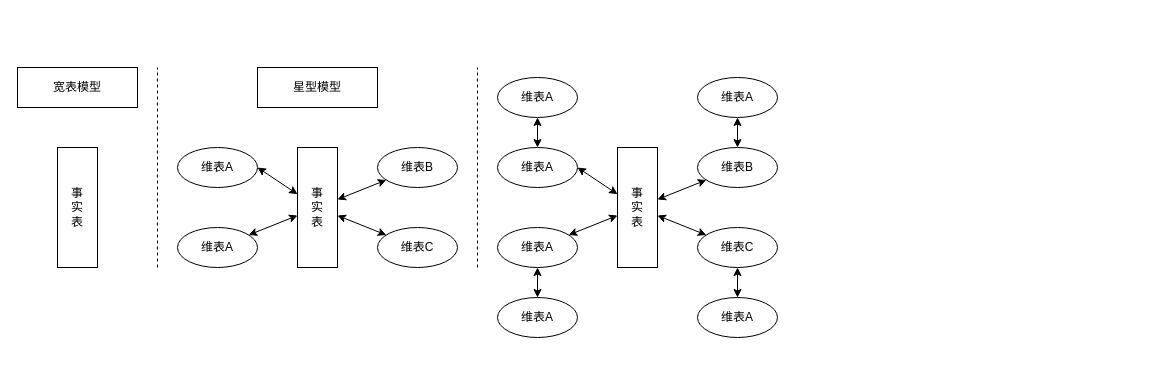
Earlier version of the draw.io diagram 未命名绘图.drawio (Viking-Bird/picture). Source tidied: cells renumbered, new cells numbered last; positions are measured from the earlier drawing's top-left corner, leaving out a move shared by most shapes. Both pictures are drawn from the tidied source at 100%, with x=0, y=0 at pixel (17, 67).
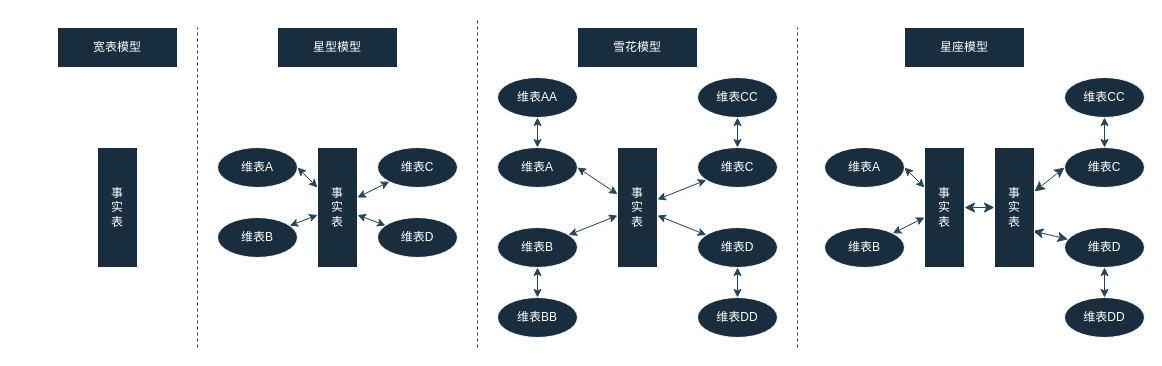
Above is the later version.

Commit message:
更新未命名绘图.drawio

The edit, as a diff of the source:
```diff
@@
-    <mxCell id="2" value="事&lt;br&gt;实&lt;br&gt;表" style="rounded=0;whiteSpace=wrap;html=1;" parent="1" vertex="1">
-      <mxGeometry x="40" y="80" width="40" height="120" as="geometry" />
+    <mxCell id="2" value="事&lt;br&gt;实&lt;br&gt;表" style="rounded=0;whiteSpace=wrap;html=1;fillColor=#182E3E;strokeColor=#FFFFFF;labelBackgroundColor=none;fontColor=#FFFFFF;" parent="1" vertex="1">
+      <mxGeometry x="80" y="80" width="40" height="120" as="geometry" />
     </mxCell>
-    <mxCell id="3" value="宽表模型" style="rounded=0;whiteSpace=wrap;html=1;" parent="1" vertex="1">
-      <mxGeometry width="120" height="40" as="geometry" />
+    <mxCell id="3" value="宽表模型" style="rounded=0;whiteSpace=wrap;html=1;fillColor=#182E3E;strokeColor=#FFFFFF;labelBackgroundColor=none;fontColor=#FFFFFF;" parent="1" vertex="1">
+      <mxGeometry x="40" y="-40" width="120" height="40" as="geometry" />
     </mxCell>
-    <mxCell id="4" style="endArrow=none;html=1;rounded=0;dashed=1;" parent="1" edge="1">
+    <mxCell id="4" style="endArrow=none;html=1;rounded=0;dashed=1;strokeColor=#23445D;labelBackgroundColor=none;fontColor=default;" parent="1" edge="1">
       <mxGeometry relative="1" as="geometry">
-        <mxPoint x="140" y="200" as="sourcePoint" />
-        <mxPoint x="140" as="targetPoint" />
+        <mxPoint x="180" y="280" as="sourcePoint" />
+        <mxPoint x="180" y="-40" as="targetPoint" />
       </mxGeometry>
     </mxCell>
-    <mxCell id="5" style="rounded=0;jettySize=auto;html=1;entryX=1;entryY=0.5;entryDx=0;entryDy=0;startArrow=classic;startFill=1;" parent="1" edge="1" source="7" target="8">
+    <mxCell id="5" style="rounded=0;jettySize=auto;html=1;entryX=1;entryY=0.5;entryDx=0;entryDy=0;startArrow=classic;startFill=1;strokeColor=#23445D;labelBackgroundColor=none;fontColor=default;" parent="1" edge="1" source="7" target="8">
       <mxGeometry relative="1" as="geometry" />
     </mxCell>
-    <mxCell id="6" style="rounded=0;jettySize=auto;html=1;startArrow=classic;startFill=1;" parent="1" edge="1" source="7" target="13">
+    <mxCell id="6" style="rounded=0;jettySize=auto;html=1;startArrow=classic;startFill=1;strokeColor=#23445D;labelBackgroundColor=none;fontColor=default;" parent="1" edge="1" source="7" target="13">
       <mxGeometry relative="1" as="geometry" />
     </mxCell>
-    <mxCell id="7" value="事&lt;br&gt;实&lt;br&gt;表" style="rounded=0;whiteSpace=wrap;html=1;" parent="1" vertex="1">
-      <mxGeometry x="280" y="80" width="40" height="120" as="geometry" />
+    <mxCell id="7" value="事&lt;br&gt;实&lt;br&gt;表" style="rounded=0;whiteSpace=wrap;html=1;fillColor=#182E3E;strokeColor=#FFFFFF;labelBackgroundColor=none;fontColor=#FFFFFF;" parent="1" vertex="1">
+      <mxGeometry x="300" y="80" width="40" height="120" as="geometry" />
     </mxCell>
-    <mxCell id="8" value="维表A" style="ellipse;whiteSpace=wrap;html=1;" parent="1" vertex="1">
-      <mxGeometry x="160" y="80" width="80" height="40" as="geometry" />
+    <mxCell id="8" value="维表A" style="ellipse;whiteSpace=wrap;html=1;fillColor=#182E3E;strokeColor=#FFFFFF;labelBackgroundColor=none;fontColor=#FFFFFF;" parent="1" vertex="1">
+      <mxGeometry x="200" y="80" width="80" height="40" as="geometry" />
     </mxCell>
-    <mxCell id="9" style="rounded=0;jettySize=auto;html=1;startArrow=classic;startFill=1;" parent="1" edge="1" source="10" target="7">
+    <mxCell id="9" style="rounded=0;jettySize=auto;html=1;startArrow=classic;startFill=1;strokeColor=#23445D;labelBackgroundColor=none;fontColor=default;" parent="1" edge="1" source="10" target="7">
       <mxGeometry relative="1" as="geometry" />
     </mxCell>
-    <mxCell id="10" value="维表A" style="ellipse;whiteSpace=wrap;html=1;" parent="1" vertex="1">
-      <mxGeometry x="160" y="160" width="80" height="40" as="geometry" />
+    <mxCell id="10" value="维表B" style="ellipse;whiteSpace=wrap;html=1;fillColor=#182E3E;strokeColor=#FFFFFF;labelBackgroundColor=none;fontColor=#FFFFFF;" parent="1" vertex="1">
+      <mxGeometry x="200" y="150" width="80" height="40" as="geometry" />
     </mxCell>
-    <mxCell id="11" style="rounded=0;jettySize=auto;html=1;startArrow=classic;startFill=1;" parent="1" edge="1" source="12" target="7">
+    <mxCell id="11" style="rounded=0;jettySize=auto;html=1;startArrow=classic;startFill=1;strokeColor=#23445D;labelBackgroundColor=none;fontColor=default;" parent="1" edge="1" source="12" target="7">
       <mxGeometry relative="1" as="geometry" />
     </mxCell>
-    <mxCell id="12" value="维表B" style="ellipse;whiteSpace=wrap;html=1;" parent="1" vertex="1">
+    <mxCell id="12" value="维表C" style="ellipse;whiteSpace=wrap;html=1;fillColor=#182E3E;strokeColor=#FFFFFF;labelBackgroundColor=none;fontColor=#FFFFFF;" parent="1" vertex="1">
       <mxGeometry x="360" y="80" width="80" height="40" as="geometry" />
     </mxCell>
-    <mxCell id="13" value="维表C" style="ellipse;whiteSpace=wrap;html=1;" parent="1" vertex="1">
-      <mxGeometry x="360" y="160" width="80" height="40" as="geometry" />
+    <mxCell id="13" value="维表D" style="ellipse;whiteSpace=wrap;html=1;fillColor=#182E3E;strokeColor=#FFFFFF;labelBackgroundColor=none;fontColor=#FFFFFF;" parent="1" vertex="1">
+      <mxGeometry x="360" y="150" width="80" height="40" as="geometry" />
     </mxCell>
-    <mxCell id="14" value="星型模型" style="rounded=0;whiteSpace=wrap;html=1;" parent="1" vertex="1">
-      <mxGeometry x="240" width="120" height="40" as="geometry" />
+    <mxCell id="14" value="星型模型" style="rounded=0;whiteSpace=wrap;html=1;fillColor=#182E3E;strokeColor=#FFFFFF;labelBackgroundColor=none;fontColor=#FFFFFF;" parent="1" vertex="1">
+      <mxGeometry x="260" y="-40" width="120" height="40" as="geometry" />
     </mxCell>
-    <mxCell id="15" style="endArrow=none;html=1;rounded=0;dashed=1;" parent="1" edge="1">
+    <mxCell id="15" style="endArrow=none;html=1;rounded=0;dashed=1;strokeColor=#23445D;labelBackgroundColor=none;fontColor=default;" parent="1" edge="1">
       <mxGeometry relative="1" as="geometry">
-        <mxPoint x="460" y="200" as="sourcePoint" />
-        <mxPoint x="460" as="targetPoint" />
+        <mxPoint x="460" y="280" as="sourcePoint" />
+        <mxPoint x="460" y="-50" as="targetPoint" />
       </mxGeometry>
     </mxCell>
-    <mxCell id="16" style="rounded=0;jettySize=auto;html=1;entryX=1;entryY=0.5;entryDx=0;entryDy=0;startArrow=classic;startFill=1;" parent="1" edge="1" source="18" target="20">
+    <mxCell id="16" style="rounded=0;jettySize=auto;html=1;entryX=1;entryY=0.5;entryDx=0;entryDy=0;startArrow=classic;startFill=1;strokeColor=#23445D;labelBackgroundColor=none;fontColor=default;" parent="1" edge="1" source="18" target="20">
       <mxGeometry relative="1" as="geometry" />
     </mxCell>
-    <mxCell id="17" style="rounded=0;jettySize=auto;html=1;startArrow=classic;startFill=1;" parent="1" edge="1" source="18" target="26">
+    <mxCell id="17" style="rounded=0;jettySize=auto;html=1;startArrow=classic;startFill=1;strokeColor=#23445D;labelBackgroundColor=none;fontColor=default;" parent="1" edge="1" source="18" target="26">
       <mxGeometry relative="1" as="geometry" />
     </mxCell>
-    <mxCell id="18" value="事&lt;br&gt;实&lt;br&gt;表" style="rounded=0;whiteSpace=wrap;html=1;" parent="1" vertex="1">
+    <mxCell id="18" value="事&lt;br&gt;实&lt;br&gt;表" style="rounded=0;whiteSpace=wrap;html=1;fillColor=#182E3E;strokeColor=#FFFFFF;labelBackgroundColor=none;fontColor=#FFFFFF;" parent="1" vertex="1">
       <mxGeometry x="600" y="80" width="40" height="120" as="geometry" />
     </mxCell>
-    <mxCell id="19" style="edgeStyle=orthogonalEdgeStyle;rounded=0;jettySize=auto;html=1;startArrow=classic;startFill=1;" parent="1" edge="1" source="20" target="27">
+    <mxCell id="19" style="edgeStyle=orthogonalEdgeStyle;rounded=0;jettySize=auto;html=1;startArrow=classic;startFill=1;strokeColor=#23445D;labelBackgroundColor=none;fontColor=default;" parent="1" edge="1" source="20" target="27">
       <mxGeometry relative="1" as="geometry" />
     </mxCell>
-    <mxCell id="20" value="维表A" style="ellipse;whiteSpace=wrap;html=1;" parent="1" vertex="1">
+    <mxCell id="20" value="维表A" style="ellipse;whiteSpace=wrap;html=1;fillColor=#182E3E;strokeColor=#FFFFFF;labelBackgroundColor=none;fontColor=#FFFFFF;" parent="1" vertex="1">
       <mxGeometry x="480" y="80" width="80" height="40" as="geometry" />
     </mxCell>
-    <mxCell id="21" style="rounded=0;jettySize=auto;html=1;startArrow=classic;startFill=1;" parent="1" edge="1" source="22" target="18">
+    <mxCell id="21" style="rounded=0;jettySize=auto;html=1;startArrow=classic;startFill=1;strokeColor=#23445D;labelBackgroundColor=none;fontColor=default;" parent="1" edge="1" source="22" target="18">
       <mxGeometry relative="1" as="geometry" />
     </mxCell>
-    <mxCell id="22" value="维表A" style="ellipse;whiteSpace=wrap;html=1;" parent="1" vertex="1">
+    <mxCell id="22" value="维表B" style="ellipse;whiteSpace=wrap;html=1;fillColor=#182E3E;strokeColor=#FFFFFF;labelBackgroundColor=none;fontColor=#FFFFFF;" parent="1" vertex="1">
       <mxGeometry x="480" y="160" width="80" height="40" as="geometry" />
     </mxCell>
-    <mxCell id="23" style="rounded=0;jettySize=auto;html=1;startArrow=classic;startFill=1;" parent="1" edge="1" source="25" target="18">
+    <mxCell id="23" style="rounded=0;jettySize=auto;html=1;startArrow=classic;startFill=1;strokeColor=#23445D;labelBackgroundColor=none;fontColor=default;" parent="1" edge="1" source="25" target="18">
       <mxGeometry relative="1" as="geometry" />
     </mxCell>
-    <mxCell id="24" style="edgeStyle=orthogonalEdgeStyle;rounded=0;jettySize=auto;html=1;startArrow=classic;startFill=1;" parent="1" edge="1" source="25" target="32">
+    <mxCell id="24" style="edgeStyle=orthogonalEdgeStyle;rounded=0;jettySize=auto;html=1;startArrow=classic;startFill=1;strokeColor=#23445D;labelBackgroundColor=none;fontColor=default;" parent="1" edge="1" source="25" target="32">
       <mxGeometry relative="1" as="geometry" />
     </mxCell>
-    <mxCell id="25" value="维表B" style="ellipse;whiteSpace=wrap;html=1;" parent="1" vertex="1">
+    <mxCell id="25" value="维表C" style="ellipse;whiteSpace=wrap;html=1;fillColor=#182E3E;strokeColor=#FFFFFF;labelBackgroundColor=none;fontColor=#FFFFFF;" parent="1" vertex="1">
       <mxGeometry x="680" y="80" width="80" height="40" as="geometry" />
     </mxCell>
-    <mxCell id="26" value="维表C" style="ellipse;whiteSpace=wrap;html=1;" parent="1" vertex="1">
+    <mxCell id="26" value="维表D" style="ellipse;whiteSpace=wrap;html=1;fillColor=#182E3E;strokeColor=#FFFFFF;labelBackgroundColor=none;fontColor=#FFFFFF;" parent="1" vertex="1">
       <mxGeometry x="680" y="160" width="80" height="40" as="geometry" />
     </mxCell>
-    <mxCell id="27" value="维表A" style="ellipse;whiteSpace=wrap;html=1;" parent="1" vertex="1">
+    <mxCell id="27" value="维表AA" style="ellipse;whiteSpace=wrap;html=1;fillColor=#182E3E;strokeColor=#FFFFFF;labelBackgroundColor=none;fontColor=#FFFFFF;" parent="1" vertex="1">
       <mxGeometry x="480" y="10" width="80" height="40" as="geometry" />
     </mxCell>
-    <mxCell id="28" style="edgeStyle=orthogonalEdgeStyle;rounded=0;jettySize=auto;html=1;startArrow=classic;startFill=1;" parent="1" edge="1" source="29" target="22">
+    <mxCell id="28" style="edgeStyle=orthogonalEdgeStyle;rounded=0;jettySize=auto;html=1;startArrow=classic;startFill=1;strokeColor=#23445D;labelBackgroundColor=none;fontColor=default;" parent="1" edge="1" source="29" target="22">
       <mxGeometry relative="1" as="geometry" />
     </mxCell>
-    <mxCell id="29" value="维表A" style="ellipse;whiteSpace=wrap;html=1;" parent="1" vertex="1">
+    <mxCell id="29" value="维表BB" style="ellipse;whiteSpace=wrap;html=1;fillColor=#182E3E;strokeColor=#FFFFFF;labelBackgroundColor=none;fontColor=#FFFFFF;" parent="1" vertex="1">
       <mxGeometry x="480" y="230" width="80" height="40" as="geometry" />
     </mxCell>
-    <mxCell id="30" style="edgeStyle=orthogonalEdgeStyle;rounded=0;jettySize=auto;html=1;startArrow=classic;startFill=1;" parent="1" edge="1" source="31" target="26">
+    <mxCell id="30" style="edgeStyle=orthogonalEdgeStyle;rounded=0;jettySize=auto;html=1;startArrow=classic;startFill=1;strokeColor=#23445D;labelBackgroundColor=none;fontColor=default;" parent="1" edge="1" source="31" target="26">
       <mxGeometry relative="1" as="geometry" />
     </mxCell>
-    <mxCell id="31" value="维表A" style="ellipse;whiteSpace=wrap;html=1;" parent="1" vertex="1">
+    <mxCell id="31" value="维表DD" style="ellipse;whiteSpace=wrap;html=1;fillColor=#182E3E;strokeColor=#FFFFFF;labelBackgroundColor=none;fontColor=#FFFFFF;" parent="1" vertex="1">
       <mxGeometry x="680" y="230" width="80" height="40" as="geometry" />
     </mxCell>
-    <mxCell id="32" value="维表A" style="ellipse;whiteSpace=wrap;html=1;" parent="1" vertex="1">
+    <mxCell id="32" value="维表CC" style="ellipse;whiteSpace=wrap;html=1;fillColor=#182E3E;strokeColor=#FFFFFF;labelBackgroundColor=none;fontColor=#FFFFFF;" parent="1" vertex="1">
       <mxGeometry x="680" y="10" width="80" height="40" as="geometry" />
     </mxCell>
+    <mxCell id="33" value="雪花模型" style="rounded=0;whiteSpace=wrap;html=1;fillColor=#182E3E;strokeColor=#FFFFFF;labelBackgroundColor=none;fontColor=#FFFFFF;" parent="1" vertex="1">
+      <mxGeometry x="560" y="-40" width="120" height="40" as="geometry" />
+    </mxCell>
+    <mxCell id="34" style="endArrow=none;html=1;rounded=0;dashed=1;strokeColor=#23445D;labelBackgroundColor=none;fontColor=default;" parent="1" edge="1">
+      <mxGeometry relative="1" as="geometry">
+        <mxPoint x="780" y="280" as="sourcePoint" />
+        <mxPoint x="780" y="-40" as="targetPoint" />
+      </mxGeometry>
+    </mxCell>
+    <mxCell id="35" value="星座模型" style="rounded=0;whiteSpace=wrap;html=1;fillColor=#182E3E;strokeColor=#FFFFFF;labelBackgroundColor=none;fontColor=#FFFFFF;" parent="1" vertex="1">
+      <mxGeometry x="887" y="-40" width="120" height="40" as="geometry" />
+    </mxCell>
+    <mxCell id="36" style="rounded=0;jettySize=auto;html=1;entryX=1;entryY=0.5;entryDx=0;entryDy=0;startArrow=classic;startFill=1;strokeColor=#23445D;labelBackgroundColor=none;fontColor=default;" parent="1" edge="1" source="38" target="39">
+      <mxGeometry relative="1" as="geometry" />
+    </mxCell>
+    <mxCell id="37" style="edgeStyle=none;curved=1;rounded=0;jettySize=auto;html=1;entryX=0;entryY=0.5;entryDx=0;entryDy=0;fontSize=12;startSize=8;endSize=8;startArrow=classic;startFill=1;strokeColor=#23445D;labelBackgroundColor=none;fontColor=default;" parent="1" edge="1" source="38" target="44">
+      <mxGeometry relative="1" as="geometry" />
+    </mxCell>
+    <mxCell id="38" value="事&lt;br&gt;实&lt;br&gt;表" style="rounded=0;whiteSpace=wrap;html=1;fillColor=#182E3E;strokeColor=#FFFFFF;labelBackgroundColor=none;fontColor=#FFFFFF;" parent="1" vertex="1">
+      <mxGeometry x="907" y="80" width="40" height="120" as="geometry" />
+    </mxCell>
+    <mxCell id="39" value="维表A" style="ellipse;whiteSpace=wrap;html=1;fillColor=#182E3E;strokeColor=#FFFFFF;labelBackgroundColor=none;fontColor=#FFFFFF;" parent="1" vertex="1">
+      <mxGeometry x="807" y="80" width="80" height="40" as="geometry" />
+    </mxCell>
+    <mxCell id="40" style="rounded=0;jettySize=auto;html=1;startArrow=classic;startFill=1;strokeColor=#23445D;labelBackgroundColor=none;fontColor=default;" parent="1" edge="1" source="41" target="38">
+      <mxGeometry relative="1" as="geometry" />
+    </mxCell>
+    <mxCell id="41" value="维表B" style="ellipse;whiteSpace=wrap;html=1;fillColor=#182E3E;strokeColor=#FFFFFF;labelBackgroundColor=none;fontColor=#FFFFFF;" parent="1" vertex="1">
+      <mxGeometry x="807" y="160" width="80" height="40" as="geometry" />
+    </mxCell>
+    <mxCell id="42" style="edgeStyle=none;curved=1;rounded=0;jettySize=auto;html=1;entryX=0.963;entryY=0.696;entryDx=0;entryDy=0;entryPerimeter=0;fontSize=12;startSize=8;endSize=8;startArrow=classic;startFill=1;strokeColor=#23445D;labelBackgroundColor=none;fontColor=default;" parent="1" edge="1" target="44">
+      <mxGeometry relative="1" as="geometry">
+        <mxPoint x="1050.5" y="171.8" as="sourcePoint" />
+      </mxGeometry>
+    </mxCell>
+    <mxCell id="43" style="edgeStyle=none;curved=1;rounded=0;jettySize=auto;html=1;entryX=0;entryY=0.5;entryDx=0;entryDy=0;fontSize=12;startSize=8;endSize=8;startArrow=classic;startFill=1;strokeColor=#23445D;labelBackgroundColor=none;fontColor=default;" parent="1" edge="1" source="44">
+      <mxGeometry relative="1" as="geometry">
+        <mxPoint x="1047" y="100" as="targetPoint" />
+      </mxGeometry>
+    </mxCell>
+    <mxCell id="44" value="事&lt;br&gt;实&lt;br&gt;表" style="rounded=0;whiteSpace=wrap;html=1;fillColor=#182E3E;strokeColor=#FFFFFF;labelBackgroundColor=none;fontColor=#FFFFFF;" parent="1" vertex="1">
+      <mxGeometry x="977" y="80" width="40" height="120" as="geometry" />
+    </mxCell>
+    <mxCell id="45" style="edgeStyle=orthogonalEdgeStyle;rounded=0;jettySize=auto;html=1;startArrow=classic;startFill=1;strokeColor=#23445D;labelBackgroundColor=none;fontColor=default;" parent="1" edge="1" source="46" target="50">
+      <mxGeometry relative="1" as="geometry" />
+    </mxCell>
+    <mxCell id="46" value="维表C" style="ellipse;whiteSpace=wrap;html=1;fillColor=#182E3E;strokeColor=#FFFFFF;labelBackgroundColor=none;fontColor=#FFFFFF;" parent="1" vertex="1">
+      <mxGeometry x="1047" y="80" width="80" height="40" as="geometry" />
+    </mxCell>
+    <mxCell id="47" value="维表D" style="ellipse;whiteSpace=wrap;html=1;fillColor=#182E3E;strokeColor=#FFFFFF;labelBackgroundColor=none;fontColor=#FFFFFF;" parent="1" vertex="1">
+      <mxGeometry x="1047" y="160" width="80" height="40" as="geometry" />
+    </mxCell>
+    <mxCell id="48" style="edgeStyle=orthogonalEdgeStyle;rounded=0;jettySize=auto;html=1;startArrow=classic;startFill=1;strokeColor=#23445D;labelBackgroundColor=none;fontColor=default;" parent="1" edge="1" source="49" target="47">
+      <mxGeometry relative="1" as="geometry" />
+    </mxCell>
+    <mxCell id="49" value="维表DD" style="ellipse;whiteSpace=wrap;html=1;fillColor=#182E3E;strokeColor=#FFFFFF;labelBackgroundColor=none;fontColor=#FFFFFF;" parent="1" vertex="1">
+      <mxGeometry x="1047" y="230" width="80" height="40" as="geometry" />
+    </mxCell>
+    <mxCell id="50" value="维表CC" style="ellipse;whiteSpace=wrap;html=1;fillColor=#182E3E;strokeColor=#FFFFFF;labelBackgroundColor=none;fontColor=#FFFFFF;" parent="1" vertex="1">
+      <mxGeometry x="1047" y="10" width="80" height="40" as="geometry" />
+    </mxCell>
```
